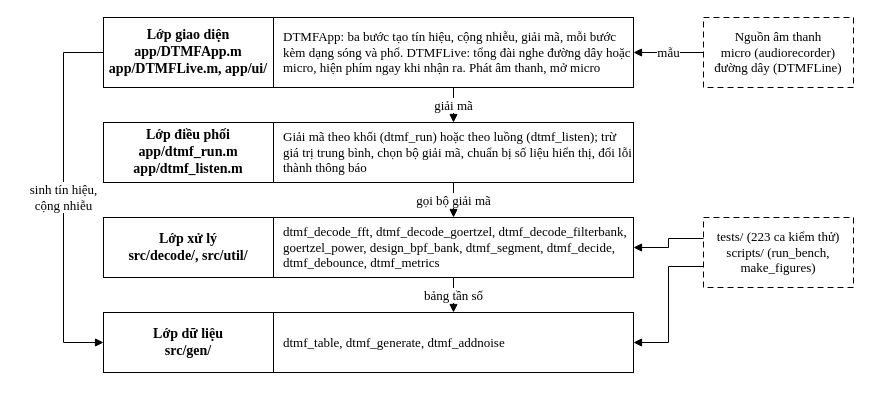
Earlier version of the draw.io diagram report/template/Figures/drawio/SD_kien_truc.drawio (AIVIETNAM-AIO-DoHongNhat/DTMF). Source tidied: cells renumbered, new cells numbered last; positions are measured from the earlier drawing's top-left corner, leaving out a move shared by most shapes. Both pictures are drawn from the tidied source at 100%, with x=0, y=0 at pixel (63, 17).
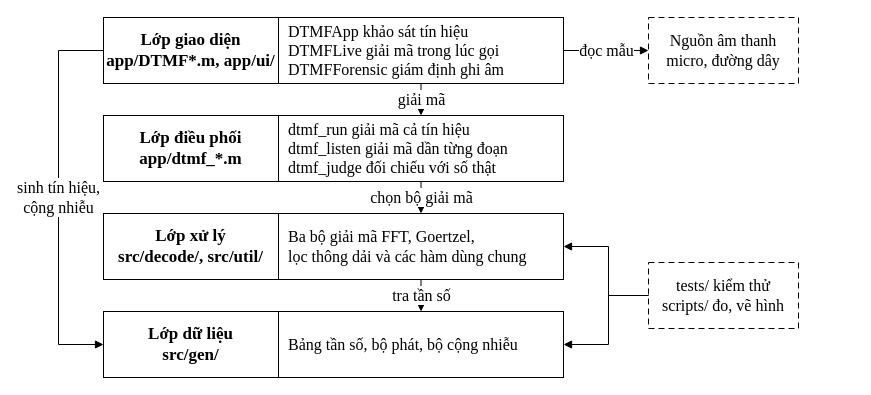
After the change.

Diff of the diagram source:
```diff
@@
-    <mxCell id="2" value="Lớp giao diện&lt;br&gt;app/DTMFApp.m&lt;br&gt;app/DTMFLive.m, app/ui/" style="rounded=0;whiteSpace=wrap;html=1;strokeColor=#000000;fillColor=#FFFFFF;strokeWidth=1;fontFamily=Times New Roman;fontColor=#000000;fontSize=14;fontStyle=1;" parent="1" vertex="1">
-      <mxGeometry x="40" width="170" height="70" as="geometry" />
+    <mxCell id="2" value="Lớp giao diện&lt;br&gt;app/DTMF*.m, app/ui/" style="rounded=0;whiteSpace=wrap;html=1;strokeColor=#000000;fillColor=#FFFFFF;strokeWidth=1;fontFamily=Times New Roman;fontColor=#000000;fontSize=17;fontStyle=1;" parent="1" vertex="1">
+      <mxGeometry x="40" width="175" height="66" as="geometry" />
     </mxCell>
-    <mxCell id="3" value="DTMFApp: ba bước tạo tín hiệu, cộng nhiễu, giải mã, mỗi bước kèm dạng sóng và phổ. DTMFLive: tổng đài nghe đường dây hoặc micro, hiện phím ngay khi nhận ra. Phát âm thanh, mở micro" style="rounded=0;whiteSpace=wrap;html=1;strokeColor=#000000;fillColor=#FFFFFF;strokeWidth=1;fontFamily=Times New Roman;fontColor=#000000;fontSize=14;fontSize=13;align=left;spacingLeft=8;" parent="1" vertex="1">
-      <mxGeometry x="210" width="360" height="70" as="geometry" />
+    <mxCell id="3" value="DTMFApp khảo sát tín hiệu&lt;br&gt;DTMFLive giải mã trong lúc gọi&lt;br&gt;DTMFForensic giám định ghi âm" style="rounded=0;whiteSpace=wrap;html=1;strokeColor=#000000;fillColor=#FFFFFF;strokeWidth=1;fontFamily=Times New Roman;fontColor=#000000;fontSize=16;align=left;spacingLeft=8;" parent="1" vertex="1">
+      <mxGeometry x="215" width="285" height="66" as="geometry" />
     </mxCell>
-    <mxCell id="4" value="Lớp điều phối&lt;br&gt;app/dtmf_run.m&lt;br&gt;app/dtmf_listen.m" style="rounded=0;whiteSpace=wrap;html=1;strokeColor=#000000;fillColor=#FFFFFF;strokeWidth=1;fontFamily=Times New Roman;fontColor=#000000;fontSize=14;fontStyle=1;" parent="1" vertex="1">
-      <mxGeometry x="40" y="105" width="170" height="60" as="geometry" />
+    <mxCell id="4" value="Lớp điều phối&lt;br&gt;app/dtmf_*.m" style="rounded=0;whiteSpace=wrap;html=1;strokeColor=#000000;fillColor=#FFFFFF;strokeWidth=1;fontFamily=Times New Roman;fontColor=#000000;fontSize=17;fontStyle=1;" parent="1" vertex="1">
+      <mxGeometry x="40" y="98" width="175" height="66" as="geometry" />
     </mxCell>
-    <mxCell id="5" value="Giải mã theo khối (dtmf_run) hoặc theo luồng (dtmf_listen); trừ giá trị trung bình, chọn bộ giải mã, chuẩn bị số liệu hiển thị, đổi lỗi thành thông báo" style="rounded=0;whiteSpace=wrap;html=1;strokeColor=#000000;fillColor=#FFFFFF;strokeWidth=1;fontFamily=Times New Roman;fontColor=#000000;fontSize=14;fontSize=13;align=left;spacingLeft=8;" parent="1" vertex="1">
-      <mxGeometry x="210" y="105" width="360" height="60" as="geometry" />
+    <mxCell id="5" value="dtmf_run giải mã cả tín hiệu&lt;br&gt;dtmf_listen giải mã dần từng đoạn&lt;br&gt;dtmf_judge đối chiếu với số thật" style="rounded=0;whiteSpace=wrap;html=1;strokeColor=#000000;fillColor=#FFFFFF;strokeWidth=1;fontFamily=Times New Roman;fontColor=#000000;fontSize=16;align=left;spacingLeft=8;" parent="1" vertex="1">
+      <mxGeometry x="215" y="98" width="285" height="66" as="geometry" />
     </mxCell>
-    <mxCell id="6" value="Lớp xử lý&lt;br&gt;src/decode/, src/util/" style="rounded=0;whiteSpace=wrap;html=1;strokeColor=#000000;fillColor=#FFFFFF;strokeWidth=1;fontFamily=Times New Roman;fontColor=#000000;fontSize=14;fontStyle=1;" parent="1" vertex="1">
-      <mxGeometry x="40" y="200" width="170" height="60" as="geometry" />
+    <mxCell id="6" value="Lớp xử lý&lt;br&gt;src/decode/, src/util/" style="rounded=0;whiteSpace=wrap;html=1;strokeColor=#000000;fillColor=#FFFFFF;strokeWidth=1;fontFamily=Times New Roman;fontColor=#000000;fontSize=17;fontStyle=1;" parent="1" vertex="1">
+      <mxGeometry x="40" y="196" width="175" height="66" as="geometry" />
     </mxCell>
-    <mxCell id="7" value="dtmf_decode_fft, dtmf_decode_goertzel, dtmf_decode_filterbank, goertzel_power, design_bpf_bank, dtmf_segment, dtmf_decide, dtmf_debounce, dtmf_metrics" style="rounded=0;whiteSpace=wrap;html=1;strokeColor=#000000;fillColor=#FFFFFF;strokeWidth=1;fontFamily=Times New Roman;fontColor=#000000;fontSize=14;fontSize=13;align=left;spacingLeft=8;" parent="1" vertex="1">
-      <mxGeometry x="210" y="200" width="360" height="60" as="geometry" />
+    <mxCell id="7" value="Ba bộ giải mã FFT, Goertzel,&lt;br&gt;lọc thông dải và các hàm dùng chung" style="rounded=0;whiteSpace=wrap;html=1;strokeColor=#000000;fillColor=#FFFFFF;strokeWidth=1;fontFamily=Times New Roman;fontColor=#000000;fontSize=16;align=left;spacingLeft=8;" parent="1" vertex="1">
+      <mxGeometry x="215" y="196" width="285" height="66" as="geometry" />
     </mxCell>
-    <mxCell id="8" value="Lớp dữ liệu&lt;br&gt;src/gen/" style="rounded=0;whiteSpace=wrap;html=1;strokeColor=#000000;fillColor=#FFFFFF;strokeWidth=1;fontFamily=Times New Roman;fontColor=#000000;fontSize=14;fontStyle=1;" parent="1" vertex="1">
-      <mxGeometry x="40" y="295" width="170" height="60" as="geometry" />
+    <mxCell id="8" value="Lớp dữ liệu&lt;br&gt;src/gen/" style="rounded=0;whiteSpace=wrap;html=1;strokeColor=#000000;fillColor=#FFFFFF;strokeWidth=1;fontFamily=Times New Roman;fontColor=#000000;fontSize=17;fontStyle=1;" parent="1" vertex="1">
+      <mxGeometry x="40" y="294" width="175" height="66" as="geometry" />
     </mxCell>
-    <mxCell id="9" value="dtmf_table, dtmf_generate, dtmf_addnoise" style="rounded=0;whiteSpace=wrap;html=1;strokeColor=#000000;fillColor=#FFFFFF;strokeWidth=1;fontFamily=Times New Roman;fontColor=#000000;fontSize=14;fontSize=13;align=left;spacingLeft=8;" parent="1" vertex="1">
-      <mxGeometry x="210" y="295" width="360" height="60" as="geometry" />
+    <mxCell id="9" value="Bảng tần số, bộ phát, bộ cộng nhiễu" style="rounded=0;whiteSpace=wrap;html=1;strokeColor=#000000;fillColor=#FFFFFF;strokeWidth=1;fontFamily=Times New Roman;fontColor=#000000;fontSize=16;align=left;spacingLeft=8;" parent="1" vertex="1">
+      <mxGeometry x="215" y="294" width="285" height="66" as="geometry" />
     </mxCell>
-    <mxCell id="10" value="Nguồn âm thanh&lt;br&gt;micro (audiorecorder)&lt;br&gt;đường dây (DTMFLine)" style="rounded=0;whiteSpace=wrap;html=1;strokeColor=#000000;fillColor=#FFFFFF;strokeWidth=1;fontFamily=Times New Roman;fontColor=#000000;fontSize=14;fontSize=13;dashed=1;dashPattern=6 4;" parent="1" vertex="1">
-      <mxGeometry x="640" width="150" height="70" as="geometry" />
+    <mxCell id="10" value="Nguồn âm thanh&lt;br&gt;micro, đường dây" style="rounded=0;whiteSpace=wrap;html=1;strokeColor=#000000;fillColor=#FFFFFF;strokeWidth=1;fontFamily=Times New Roman;fontColor=#000000;fontSize=16;dashed=1;dashPattern=6 4;" parent="1" vertex="1">
+      <mxGeometry x="585" width="150" height="66" as="geometry" />
     </mxCell>
-    <mxCell id="11" value="tests/ (223 ca kiểm thử)&lt;br&gt;scripts/ (run_bench, make_figures)" style="rounded=0;whiteSpace=wrap;html=1;strokeColor=#000000;fillColor=#FFFFFF;strokeWidth=1;fontFamily=Times New Roman;fontColor=#000000;fontSize=14;fontSize=13;dashed=1;dashPattern=6 4;" parent="1" vertex="1">
-      <mxGeometry x="640" y="200" width="150" height="70" as="geometry" />
+    <mxCell id="11" value="tests/ kiểm thử&lt;br&gt;scripts/ đo, vẽ hình" style="rounded=0;whiteSpace=wrap;html=1;strokeColor=#000000;fillColor=#FFFFFF;strokeWidth=1;fontFamily=Times New Roman;fontColor=#000000;fontSize=16;dashed=1;dashPattern=6 4;" parent="1" vertex="1">
+      <mxGeometry x="585" y="245" width="150" height="66" as="geometry" />
     </mxCell>
-    <mxCell id="12" value="giải mã" style="edgeStyle=orthogonalEdgeStyle;rounded=0;html=1;strokeColor=#000000;strokeWidth=1;endArrow=block;endFill=1;endSize=6;fontSize=13;labelBackgroundColor=#FFFFFF;fontFamily=Times New Roman;fontColor=#000000;exitX=0.5;exitY=1;exitDx=0;exitDy=0;entryX=0.5;entryY=0;entryDx=0;entryDy=0;" parent="1" edge="1" source="3" target="5">
+    <mxCell id="12" value="giải mã" style="edgeStyle=orthogonalEdgeStyle;rounded=0;html=1;strokeColor=#000000;strokeWidth=1;endArrow=block;endFill=1;endSize=6;fontSize=16;labelBackgroundColor=#FFFFFF;fontFamily=Times New Roman;fontColor=#000000;exitX=0.5;exitY=1;exitDx=0;exitDy=0;entryX=0.5;entryY=0;entryDx=0;entryDy=0;" parent="1" edge="1" source="3" target="5">
       <mxGeometry relative="1" as="geometry" />
     </mxCell>
-    <mxCell id="13" value="gọi bộ giải mã" style="edgeStyle=orthogonalEdgeStyle;rounded=0;html=1;strokeColor=#000000;strokeWidth=1;endArrow=block;endFill=1;endSize=6;fontSize=13;labelBackgroundColor=#FFFFFF;fontFamily=Times New Roman;fontColor=#000000;exitX=0.5;exitY=1;exitDx=0;exitDy=0;entryX=0.5;entryY=0;entryDx=0;entryDy=0;" parent="1" edge="1" source="5" target="7">
+    <mxCell id="13" value="chọn bộ giải mã" style="edgeStyle=orthogonalEdgeStyle;rounded=0;html=1;strokeColor=#000000;strokeWidth=1;endArrow=block;endFill=1;endSize=6;fontSize=16;labelBackgroundColor=#FFFFFF;fontFamily=Times New Roman;fontColor=#000000;exitX=0.5;exitY=1;exitDx=0;exitDy=0;entryX=0.5;entryY=0;entryDx=0;entryDy=0;" parent="1" edge="1" source="5" target="7">
       <mxGeometry relative="1" as="geometry" />
     </mxCell>
-    <mxCell id="14" value="bảng tần số" style="edgeStyle=orthogonalEdgeStyle;rounded=0;html=1;strokeColor=#000000;strokeWidth=1;endArrow=block;endFill=1;endSize=6;fontSize=13;labelBackgroundColor=#FFFFFF;fontFamily=Times New Roman;fontColor=#000000;exitX=0.5;exitY=1;exitDx=0;exitDy=0;entryX=0.5;entryY=0;entryDx=0;entryDy=0;" parent="1" edge="1" source="7" target="9">
+    <mxCell id="14" value="tra tần số" style="edgeStyle=orthogonalEdgeStyle;rounded=0;html=1;strokeColor=#000000;strokeWidth=1;endArrow=block;endFill=1;endSize=6;fontSize=16;labelBackgroundColor=#FFFFFF;fontFamily=Times New Roman;fontColor=#000000;exitX=0.5;exitY=1;exitDx=0;exitDy=0;entryX=0.5;entryY=0;entryDx=0;entryDy=0;" parent="1" edge="1" source="7" target="9">
       <mxGeometry relative="1" as="geometry" />
     </mxCell>
-    <mxCell id="15" value="sinh tín hiệu,&lt;br&gt;cộng nhiễu" style="edgeStyle=orthogonalEdgeStyle;rounded=0;html=1;strokeColor=#000000;strokeWidth=1;endArrow=block;endFill=1;endSize=6;fontSize=13;labelBackgroundColor=#FFFFFF;fontFamily=Times New Roman;fontColor=#000000;exitX=0;exitY=0.5;exitDx=0;exitDy=0;entryX=0;entryY=0.5;entryDx=0;entryDy=0;" parent="1" edge="1" source="2" target="8">
+    <mxCell id="15" value="sinh tín hiệu,&lt;br&gt;cộng nhiễu" style="edgeStyle=orthogonalEdgeStyle;rounded=0;html=1;strokeColor=#000000;strokeWidth=1;endArrow=block;endFill=1;endSize=6;fontSize=16;labelBackgroundColor=#FFFFFF;fontFamily=Times New Roman;fontColor=#000000;exitX=0;exitY=0.5;exitDx=0;exitDy=0;entryX=0;entryY=0.5;entryDx=0;entryDy=0;" parent="1" edge="1" source="2" target="8">
       <mxGeometry relative="1" as="geometry">
         <Array as="points">
-          <mxPoint y="35" />
-          <mxPoint y="325" />
+          <mxPoint x="-5" y="33" />
+          <mxPoint x="-5" y="327" />
         </Array>
       </mxGeometry>
     </mxCell>
-    <mxCell id="16" value="mẫu" style="edgeStyle=orthogonalEdgeStyle;rounded=0;html=1;strokeColor=#000000;strokeWidth=1;endArrow=block;endFill=1;endSize=6;fontSize=13;labelBackgroundColor=#FFFFFF;fontFamily=Times New Roman;fontColor=#000000;exitX=0;exitY=0.5;exitDx=0;exitDy=0;entryX=1;entryY=0.5;entryDx=0;entryDy=0;" parent="1" edge="1" source="10" target="3">
+    <mxCell id="16" value="đọc mẫu" style="edgeStyle=orthogonalEdgeStyle;rounded=0;html=1;strokeColor=#000000;strokeWidth=1;endArrow=block;endFill=1;endSize=6;fontSize=16;labelBackgroundColor=#FFFFFF;fontFamily=Times New Roman;fontColor=#000000;exitX=1;exitY=0.5;exitDx=0;exitDy=0;entryX=0;entryY=0.5;entryDx=0;entryDy=0;" parent="1" edge="1" source="3" target="10">
       <mxGeometry relative="1" as="geometry" />
     </mxCell>
-    <mxCell id="17" style="edgeStyle=orthogonalEdgeStyle;rounded=0;html=1;strokeColor=#000000;strokeWidth=1;endArrow=block;endFill=1;endSize=6;fontSize=13;labelBackgroundColor=#FFFFFF;fontFamily=Times New Roman;fontColor=#000000;exitX=0;exitY=0.3;exitDx=0;exitDy=0;entryX=1;entryY=0.5;entryDx=0;entryDy=0;" parent="1" edge="1" source="11" target="7">
-      <mxGeometry relative="1" as="geometry" />
+    <mxCell id="17" style="edgeStyle=orthogonalEdgeStyle;rounded=0;html=1;strokeColor=#000000;strokeWidth=1;endArrow=block;endFill=1;endSize=6;fontSize=16;labelBackgroundColor=#FFFFFF;fontFamily=Times New Roman;fontColor=#000000;exitX=0;exitY=0.5;exitDx=0;exitDy=0;entryX=1;entryY=0.5;entryDx=0;entryDy=0;" parent="1" edge="1" source="11" target="7">
+      <mxGeometry relative="1" as="geometry">
+        <Array as="points">
+          <mxPoint x="545" y="278" />
+          <mxPoint x="545" y="229" />
+        </Array>
+      </mxGeometry>
     </mxCell>
-    <mxCell id="18" style="edgeStyle=orthogonalEdgeStyle;rounded=0;html=1;strokeColor=#000000;strokeWidth=1;endArrow=block;endFill=1;endSize=6;fontSize=13;labelBackgroundColor=#FFFFFF;fontFamily=Times New Roman;fontColor=#000000;exitX=0;exitY=0.7;exitDx=0;exitDy=0;entryX=1;entryY=0.5;entryDx=0;entryDy=0;" parent="1" edge="1" source="11" target="9">
-      <mxGeometry relative="1" as="geometry" />
+    <mxCell id="18" style="edgeStyle=orthogonalEdgeStyle;rounded=0;html=1;strokeColor=#000000;strokeWidth=1;endArrow=block;endFill=1;endSize=6;fontSize=16;labelBackgroundColor=#FFFFFF;fontFamily=Times New Roman;fontColor=#000000;exitX=0;exitY=0.5;exitDx=0;exitDy=0;entryX=1;entryY=0.5;entryDx=0;entryDy=0;" parent="1" edge="1" source="11" target="9">
+      <mxGeometry relative="1" as="geometry">
+        <Array as="points">
+          <mxPoint x="545" y="278" />
+          <mxPoint x="545" y="327" />
+        </Array>
+      </mxGeometry>
     </mxCell>
```
